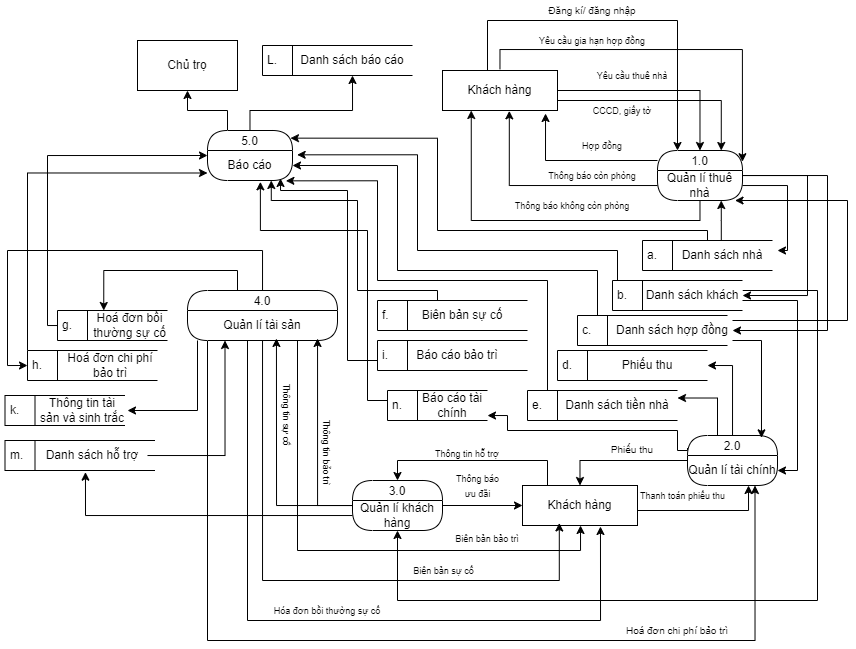
Nguyeniris123/DH22IT01OU keeps this draw.io diagram as Phân tích thiết kế hệ thống/Tuan4_5/Ảnh dfd/DFD_0.png. Above is the earlier version. Source tidied: cells renumbered, new cells last; positions are measured from the earlier drawing's top-left corner, leaving out a move shared by most shapes.
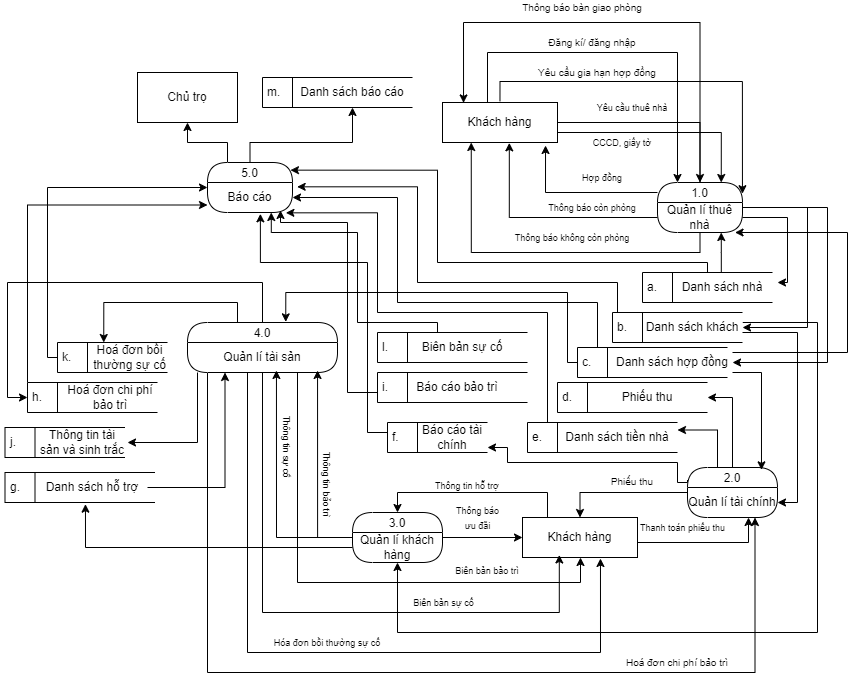
After the commit.

What changed in the source:
```diff
@@ -294,7 +294,7 @@
     <mxCell id="62" value="&lt;font style=&quot;font-size: 9px;&quot;&gt;Hóa đơn bồi thường sự cố&lt;/font&gt;" style="text;html=1;align=center;verticalAlign=middle;whiteSpace=wrap;rounded=0;" parent="1" vertex="1">
       <mxGeometry x="262" y="600" width="120" height="20" as="geometry" />
     </mxCell>
-    <mxCell id="63" value="f." style="html=1;dashed=0;whiteSpace=wrap;shape=mxgraph.dfd.dataStoreID;align=left;spacingLeft=3;" parent="1" vertex="1">
+    <mxCell id="63" value="l." style="html=1;dashed=0;whiteSpace=wrap;shape=mxgraph.dfd.dataStoreID;align=left;spacingLeft=3;" parent="1" vertex="1">
       <mxGeometry x="372" y="300" width="150" height="30" as="geometry" />
     </mxCell>
     <mxCell id="64" style="edgeStyle=orthogonalEdgeStyle;rounded=0;jettySize=auto;html=1;entryX=0.75;entryY=1;entryDx=0;entryDy=0;" parent="1" edge="1" source="65" target="69">
@@ -359,7 +359,7 @@
         </Array>
       </mxGeometry>
     </mxCell>
-    <mxCell id="73" value="L." style="html=1;dashed=0;whiteSpace=wrap;shape=mxgraph.dfd.dataStoreID;align=left;spacingLeft=3;" parent="1" vertex="1">
+    <mxCell id="73" value="m." style="html=1;dashed=0;whiteSpace=wrap;shape=mxgraph.dfd.dataStoreID;align=left;spacingLeft=3;" parent="1" vertex="1">
       <mxGeometry x="257" y="45" width="150" height="30" as="geometry" />
     </mxCell>
     <mxCell id="74" value="Danh sách báo cáo" style="text;html=1;align=center;verticalAlign=middle;whiteSpace=wrap;rounded=0;" parent="1" vertex="1">
@@ -372,8 +372,8 @@
         </Array>
       </mxGeometry>
     </mxCell>
-    <mxCell id="76" value="&lt;span style=&quot;font-size: 9px;&quot;&gt;Yêu cầu gia hạn hợp đồng&lt;/span&gt;" style="text;html=1;align=center;verticalAlign=middle;whiteSpace=wrap;rounded=0;" parent="1" vertex="1">
-      <mxGeometry x="532" y="35" width="110" height="10" as="geometry" />
+    <mxCell id="76" value="&lt;font style=&quot;font-size: 10px;&quot;&gt;Yêu cầu gia hạn hợp đồng&lt;/font&gt;" style="text;html=1;align=center;verticalAlign=middle;whiteSpace=wrap;rounded=0;" parent="1" vertex="1">
+      <mxGeometry x="532" y="35" width="120" height="10" as="geometry" />
     </mxCell>
     <mxCell id="77" style="edgeStyle=orthogonalEdgeStyle;rounded=0;jettySize=auto;html=1;entryX=0;entryY=0.5;entryDx=0;entryDy=0;" parent="1" edge="1" source="78" target="68">
       <mxGeometry relative="1" as="geometry">
@@ -383,7 +383,7 @@
         </Array>
       </mxGeometry>
     </mxCell>
-    <mxCell id="78" value="g." style="html=1;dashed=0;whiteSpace=wrap;shape=mxgraph.dfd.dataStoreID;align=left;spacingLeft=3;points=[[0,0],[0.5,0],[1,0],[0,0.5],[1,0.5],[0,1],[0.5,1],[1,1]];" parent="1" vertex="1">
+    <mxCell id="78" value="k." style="html=1;dashed=0;whiteSpace=wrap;shape=mxgraph.dfd.dataStoreID;align=left;spacingLeft=3;points=[[0,0],[0.5,0],[1,0],[0,0.5],[1,0.5],[0,1],[0.5,1],[1,1]];" parent="1" vertex="1">
       <mxGeometry x="52" y="310" width="110" height="30" as="geometry" />
     </mxCell>
     <mxCell id="79" value="Hoá đơn bồi thường sự cố" style="text;html=1;align=center;verticalAlign=middle;whiteSpace=wrap;rounded=0;" parent="1" vertex="1">
@@ -411,13 +411,13 @@
     <mxCell id="85" value="Báo cáo bảo trì" style="text;html=1;align=center;verticalAlign=middle;whiteSpace=wrap;rounded=0;" parent="1" vertex="1">
       <mxGeometry x="392" y="340" width="120" height="30" as="geometry" />
     </mxCell>
-    <mxCell id="86" value="k." style="html=1;dashed=0;whiteSpace=wrap;shape=mxgraph.dfd.dataStoreID;align=left;spacingLeft=3;" parent="1" vertex="1">
+    <mxCell id="86" value="j." style="html=1;dashed=0;whiteSpace=wrap;shape=mxgraph.dfd.dataStoreID;align=left;spacingLeft=3;" parent="1" vertex="1">
       <mxGeometry x="-0.5" y="395" width="120" height="30" as="geometry" />
     </mxCell>
     <mxCell id="87" value="Thông tin tài sản và sinh trắc" style="text;html=1;align=center;verticalAlign=middle;whiteSpace=wrap;rounded=0;" parent="1" vertex="1">
       <mxGeometry x="32" y="395" width="90" height="30" as="geometry" />
     </mxCell>
-    <mxCell id="88" value="m." style="html=1;dashed=0;whiteSpace=wrap;shape=mxgraph.dfd.dataStoreID;align=left;spacingLeft=3;" parent="1" vertex="1">
+    <mxCell id="88" value="g." style="html=1;dashed=0;whiteSpace=wrap;shape=mxgraph.dfd.dataStoreID;align=left;spacingLeft=3;" parent="1" vertex="1">
       <mxGeometry x="-0.5" y="440" width="150" height="30" as="geometry" />
     </mxCell>
     <mxCell id="89" style="edgeStyle=orthogonalEdgeStyle;rounded=0;jettySize=auto;html=1;entryX=0.25;entryY=1;entryDx=0;entryDy=0;" parent="1" edge="1" source="90" target="16">
@@ -426,7 +426,7 @@
     <mxCell id="90" value="Danh sách hỗ trợ" style="text;html=1;align=center;verticalAlign=middle;whiteSpace=wrap;rounded=0;" parent="1" vertex="1">
       <mxGeometry x="32" y="442.5" width="110" height="25" as="geometry" />
     </mxCell>
-    <mxCell id="91" value="n." style="html=1;dashed=0;whiteSpace=wrap;shape=mxgraph.dfd.dataStoreID;align=left;spacingLeft=3;points=[[0,0],[0.5,0],[1,0],[0,0.5],[1,0.5],[0,1],[0.5,1],[1,1]];" parent="1" vertex="1">
+    <mxCell id="91" value="f." style="html=1;dashed=0;whiteSpace=wrap;shape=mxgraph.dfd.dataStoreID;align=left;spacingLeft=3;points=[[0,0],[0.5,0],[1,0],[0,0.5],[1,0.5],[0,1],[0.5,1],[1,1]];" parent="1" vertex="1">
       <mxGeometry x="382" y="390" width="100" height="30" as="geometry" />
     </mxCell>
     <mxCell id="92" value="Báo cáo tài chính" style="text;html=1;align=center;verticalAlign=middle;whiteSpace=wrap;rounded=0;" parent="1" vertex="1">
@@ -485,5 +485,25 @@
         </Array>
       </mxGeometry>
     </mxCell>
+    <mxCell id="102" style="edgeStyle=orthogonalEdgeStyle;rounded=0;jettySize=auto;html=1;entryX=0.655;entryY=-0.013;entryDx=0;entryDy=0;entryPerimeter=0;" parent="1" edge="1" source="41" target="15">
+      <mxGeometry relative="1" as="geometry">
+        <Array as="points">
+          <mxPoint x="562" y="330" />
+          <mxPoint x="562" y="260" />
+          <mxPoint x="280" y="260" />
+        </Array>
+      </mxGeometry>
+    </mxCell>
+    <mxCell id="103" style="edgeStyle=orthogonalEdgeStyle;rounded=0;jettySize=auto;html=1;entryX=0.183;entryY=0.011;entryDx=0;entryDy=0;entryPerimeter=0;" parent="1" edge="1" source="10" target="6">
+      <mxGeometry relative="1" as="geometry">
+        <Array as="points">
+          <mxPoint x="695" y="-10" />
+          <mxPoint x="458" y="-10" />
+        </Array>
+      </mxGeometry>
+    </mxCell>
+    <mxCell id="104" value="&lt;font size=&quot;1&quot;&gt;Thông báo bàn giao phòng&lt;/font&gt;" style="text;html=1;align=center;verticalAlign=middle;whiteSpace=wrap;rounded=0;" parent="1" vertex="1">
+      <mxGeometry x="512" y="-30" width="130" height="10" as="geometry" />
+    </mxCell>
   </root>
 </mxGraphModel>
```
